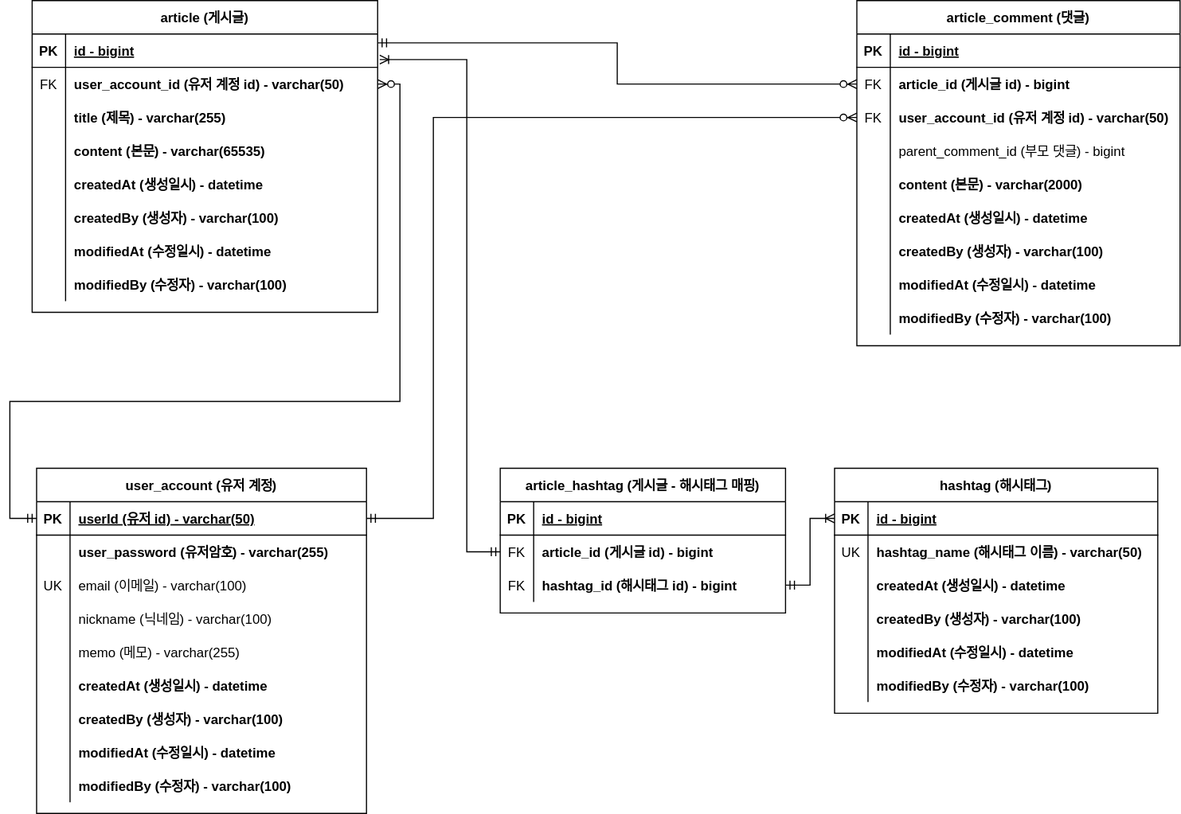
ellaCoo/sns keeps this draw.io diagram as doc/project-sns.drawio.svg. Above is the earlier version. Source tidied: cells renumbered, new cells last; positions are measured from the earlier drawing's top-left corner, leaving out a move shared by most shapes.
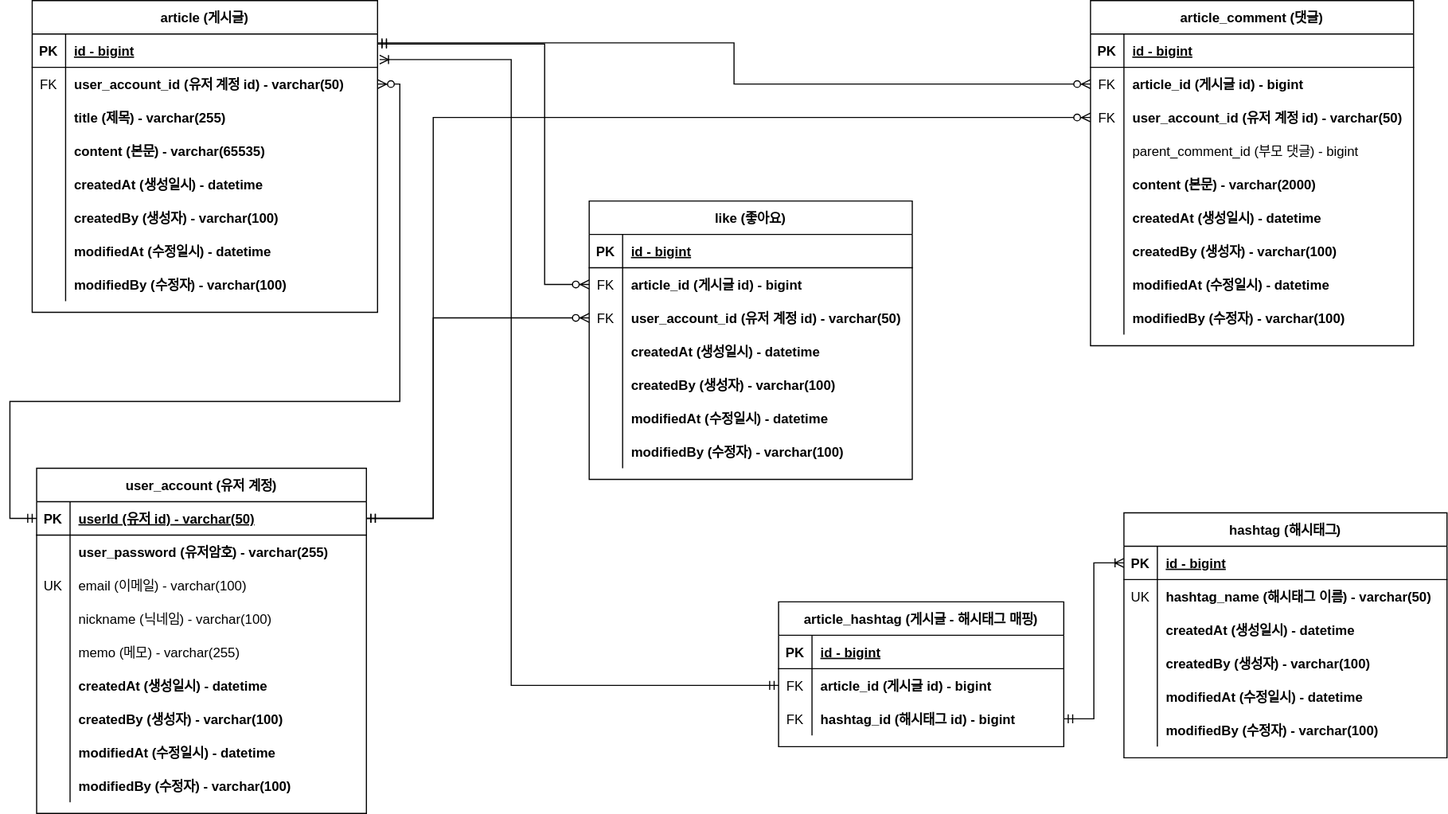
The same diagram one commit later.

Diff of the diagram source:
```diff
@@ -78,7 +78,7 @@
       <mxGeometry x="30" width="280" height="30" as="geometry" />
     </mxCell>
     <mxCell id="27" value="article_comment (댓글)" style="shape=table;startSize=30;rowLines=0;fontStyle=1;align=center;" parent="1" vertex="1">
-      <mxGeometry x="760" width="290" height="310" as="geometry" />
+      <mxGeometry x="970" width="290" height="310" as="geometry" />
     </mxCell>
     <mxCell id="28" style="shape=tableRow;horizontal=0;startSize=0;swimlaneHead=0;swimlaneBody=0;fillColor=none;top=0;left=0;right=0;bottom=1;" parent="27" vertex="1">
       <mxGeometry y="30" width="290" height="30" as="geometry" />
@@ -267,7 +267,7 @@
       </mxGeometry>
     </mxCell>
     <mxCell id="86" value="hashtag (해시태그)" style="shape=table;startSize=30;rowLines=0;fontStyle=1;align=center;" parent="1" vertex="1">
-      <mxGeometry x="740" y="420" width="290" height="220" as="geometry" />
+      <mxGeometry x="1000" y="460" width="290" height="220" as="geometry" />
     </mxCell>
     <mxCell id="87" style="shape=tableRow;horizontal=0;startSize=0;swimlaneHead=0;swimlaneBody=0;fillColor=none;points=[[0,0.5],[1,0.5]];portConstraint=eastwest;top=0;left=0;right=0;bottom=1;" parent="86" vertex="1">
       <mxGeometry y="30" width="290" height="30" as="geometry" />
@@ -324,7 +324,7 @@
       <mxGeometry x="30" width="260" height="30" as="geometry" />
     </mxCell>
     <mxCell id="105" value="article_hashtag (게시글 - 해시태그 매핑)" style="shape=table;startSize=30;rowLines=0;fontStyle=1;align=center;" parent="1" vertex="1">
-      <mxGeometry x="440" y="420" width="256" height="130" as="geometry" />
+      <mxGeometry x="690" y="540" width="256" height="130" as="geometry" />
     </mxCell>
     <mxCell id="106" style="shape=tableRow;horizontal=0;startSize=0;swimlaneHead=0;swimlaneBody=0;fillColor=none;top=0;left=0;right=0;bottom=1;" parent="105" vertex="1">
       <mxGeometry y="30" width="256" height="30" as="geometry" />
@@ -359,10 +359,93 @@
     <mxCell id="116" style="edgeStyle=orthogonalEdgeStyle;rounded=0;jettySize=auto;html=1;exitX=0;exitY=0.5;exitDx=0;exitDy=0;startArrow=ERmandOne;startFill=0;endArrow=ERoneToMany;endFill=0;entryX=1.006;entryY=0.767;entryDx=0;entryDy=0;entryPerimeter=0;" parent="1" edge="1" source="109" target="3">
       <mxGeometry relative="1" as="geometry">
         <Array as="points">
-          <mxPoint x="410" y="495" />
-          <mxPoint x="410" y="53" />
+          <mxPoint x="450" y="615" />
+          <mxPoint x="450" y="53" />
         </Array>
       </mxGeometry>
     </mxCell>
+    <mxCell id="117" value="like (좋아요)" style="shape=table;startSize=30;rowLines=0;fontStyle=1;align=center;" parent="1" vertex="1">
+      <mxGeometry x="520" y="180" width="290" height="250" as="geometry" />
+    </mxCell>
+    <mxCell id="118" style="shape=tableRow;horizontal=0;startSize=0;swimlaneHead=0;swimlaneBody=0;fillColor=none;top=0;left=0;right=0;bottom=1;" parent="117" vertex="1">
+      <mxGeometry y="30" width="290" height="30" as="geometry" />
+    </mxCell>
+    <mxCell id="119" value="PK" style="shape=partialRectangle;fillColor=none;top=0;left=0;bottom=0;right=0;fontStyle=1;overflow=hidden;" parent="118" vertex="1">
+      <mxGeometry width="30" height="30" as="geometry" />
+    </mxCell>
+    <mxCell id="120" value="id - bigint" style="shape=partialRectangle;fillColor=none;top=0;left=0;bottom=0;right=0;align=left;spacingLeft=6;fontStyle=5;overflow=hidden;" parent="118" vertex="1">
+      <mxGeometry x="30" width="260" height="30" as="geometry" />
+    </mxCell>
+    <mxCell id="121" style="shape=tableRow;horizontal=0;startSize=0;swimlaneHead=0;swimlaneBody=0;fillColor=none;points=[[0,0.5],[1,0.5]];portConstraint=eastwest;top=0;left=0;right=0;bottom=0;" parent="117" vertex="1">
+      <mxGeometry y="60" width="290" height="30" as="geometry" />
+    </mxCell>
+    <mxCell id="122" value="FK" style="shape=partialRectangle;fillColor=none;top=0;left=0;bottom=0;right=0;overflow=hidden;" parent="121" vertex="1">
+      <mxGeometry width="30" height="30" as="geometry" />
+    </mxCell>
+    <mxCell id="123" value="article_id (게시글 id) - bigint" style="shape=partialRectangle;fillColor=none;top=0;left=0;bottom=0;right=0;align=left;spacingLeft=6;overflow=hidden;fontStyle=1;" parent="121" vertex="1">
+      <mxGeometry x="30" width="260" height="30" as="geometry" />
+    </mxCell>
+    <mxCell id="124" style="shape=tableRow;horizontal=0;startSize=0;swimlaneHead=0;swimlaneBody=0;fillColor=none;points=[[0,0.5],[1,0.5]];portConstraint=eastwest;top=0;left=0;right=0;bottom=0;" parent="117" vertex="1">
+      <mxGeometry y="90" width="290" height="30" as="geometry" />
+    </mxCell>
+    <mxCell id="125" value="FK" style="shape=partialRectangle;fillColor=none;top=0;left=0;bottom=0;right=0;overflow=hidden;" parent="124" vertex="1">
+      <mxGeometry width="30" height="30" as="geometry" />
+    </mxCell>
+    <mxCell id="126" value="user_account_id (유저 계정 id) - varchar(50)" style="shape=partialRectangle;fillColor=none;top=0;left=0;bottom=0;right=0;align=left;spacingLeft=6;overflow=hidden;fontStyle=1;" parent="124" vertex="1">
+      <mxGeometry x="30" width="260" height="30" as="geometry" />
+    </mxCell>
+    <mxCell id="127" style="shape=tableRow;horizontal=0;startSize=0;swimlaneHead=0;swimlaneBody=0;fillColor=none;top=0;left=0;right=0;bottom=0;" parent="117" vertex="1">
+      <mxGeometry y="120" width="290" height="30" as="geometry" />
+    </mxCell>
+    <mxCell id="128" style="shape=partialRectangle;fillColor=none;top=0;left=0;bottom=0;right=0;overflow=hidden;" parent="127" vertex="1">
+      <mxGeometry width="30" height="30" as="geometry" />
+    </mxCell>
+    <mxCell id="129" value="createdAt (생성일시) - datetime" style="shape=partialRectangle;fillColor=none;top=0;left=0;bottom=0;right=0;align=left;spacingLeft=6;overflow=hidden;fontStyle=1;" parent="127" vertex="1">
+      <mxGeometry x="30" width="260" height="30" as="geometry" />
+    </mxCell>
+    <mxCell id="130" style="shape=tableRow;horizontal=0;startSize=0;swimlaneHead=0;swimlaneBody=0;fillColor=none;top=0;left=0;right=0;bottom=0;" parent="117" vertex="1">
+      <mxGeometry y="150" width="290" height="30" as="geometry" />
+    </mxCell>
+    <mxCell id="131" style="shape=partialRectangle;fillColor=none;top=0;left=0;bottom=0;right=0;overflow=hidden;" parent="130" vertex="1">
+      <mxGeometry width="30" height="30" as="geometry" />
+    </mxCell>
+    <mxCell id="132" value="createdBy (생성자) - varchar(100)" style="shape=partialRectangle;fillColor=none;top=0;left=0;bottom=0;right=0;align=left;spacingLeft=6;overflow=hidden;fontStyle=1;" parent="130" vertex="1">
+      <mxGeometry x="30" width="260" height="30" as="geometry" />
+    </mxCell>
+    <mxCell id="133" style="shape=tableRow;horizontal=0;startSize=0;swimlaneHead=0;swimlaneBody=0;fillColor=none;top=0;left=0;right=0;bottom=0;" parent="117" vertex="1">
+      <mxGeometry y="180" width="290" height="30" as="geometry" />
+    </mxCell>
+    <mxCell id="134" style="shape=partialRectangle;fillColor=none;top=0;left=0;bottom=0;right=0;overflow=hidden;" parent="133" vertex="1">
+      <mxGeometry width="30" height="30" as="geometry" />
+    </mxCell>
+    <mxCell id="135" value="modifiedAt (수정일시) - datetime" style="shape=partialRectangle;fillColor=none;top=0;left=0;bottom=0;right=0;align=left;spacingLeft=6;overflow=hidden;fontStyle=1;" parent="133" vertex="1">
+      <mxGeometry x="30" width="260" height="30" as="geometry" />
+    </mxCell>
+    <mxCell id="136" style="shape=tableRow;horizontal=0;startSize=0;swimlaneHead=0;swimlaneBody=0;fillColor=none;top=0;left=0;right=0;bottom=0;" parent="117" vertex="1">
+      <mxGeometry y="210" width="290" height="30" as="geometry" />
+    </mxCell>
+    <mxCell id="137" style="shape=partialRectangle;fillColor=none;top=0;left=0;bottom=0;right=0;overflow=hidden;" parent="136" vertex="1">
+      <mxGeometry width="30" height="30" as="geometry" />
+    </mxCell>
+    <mxCell id="138" value="modifiedBy (수정자) - varchar(100)" style="shape=partialRectangle;fillColor=none;top=0;left=0;bottom=0;right=0;align=left;spacingLeft=6;overflow=hidden;fontStyle=1;" parent="136" vertex="1">
+      <mxGeometry x="30" width="260" height="30" as="geometry" />
+    </mxCell>
+    <mxCell id="139" style="edgeStyle=orthogonalEdgeStyle;fontSize=12;html=1;endArrow=ERzeroToMany;startArrow=ERmandOne;rounded=0;exitX=1;exitY=0.267;exitDx=0;exitDy=0;exitPerimeter=0;entryX=0;entryY=0.5;entryDx=0;entryDy=0;" parent="1" edge="1" target="121">
+      <mxGeometry relative="1" as="geometry">
+        <mxPoint x="330" y="39" as="sourcePoint" />
+        <Array as="points">
+          <mxPoint x="480" y="39" />
+          <mxPoint x="480" y="255" />
+        </Array>
+      </mxGeometry>
+    </mxCell>
+    <mxCell id="140" style="edgeStyle=orthogonalEdgeStyle;fontSize=12;html=1;endArrow=ERzeroToMany;startArrow=ERmandOne;rounded=0;entryX=0;entryY=0.5;entryDx=0;entryDy=0;exitX=1;exitY=0.5;exitDx=0;exitDy=0;" parent="1" edge="1" source="57" target="124">
+      <mxGeometry relative="1" as="geometry">
+        <Array as="points">
+          <mxPoint x="380" y="465" />
+          <mxPoint x="380" y="285" />
+        </Array>
+      </mxGeometry>
+    </mxCell>
   </root>
 </mxGraphModel>
```
